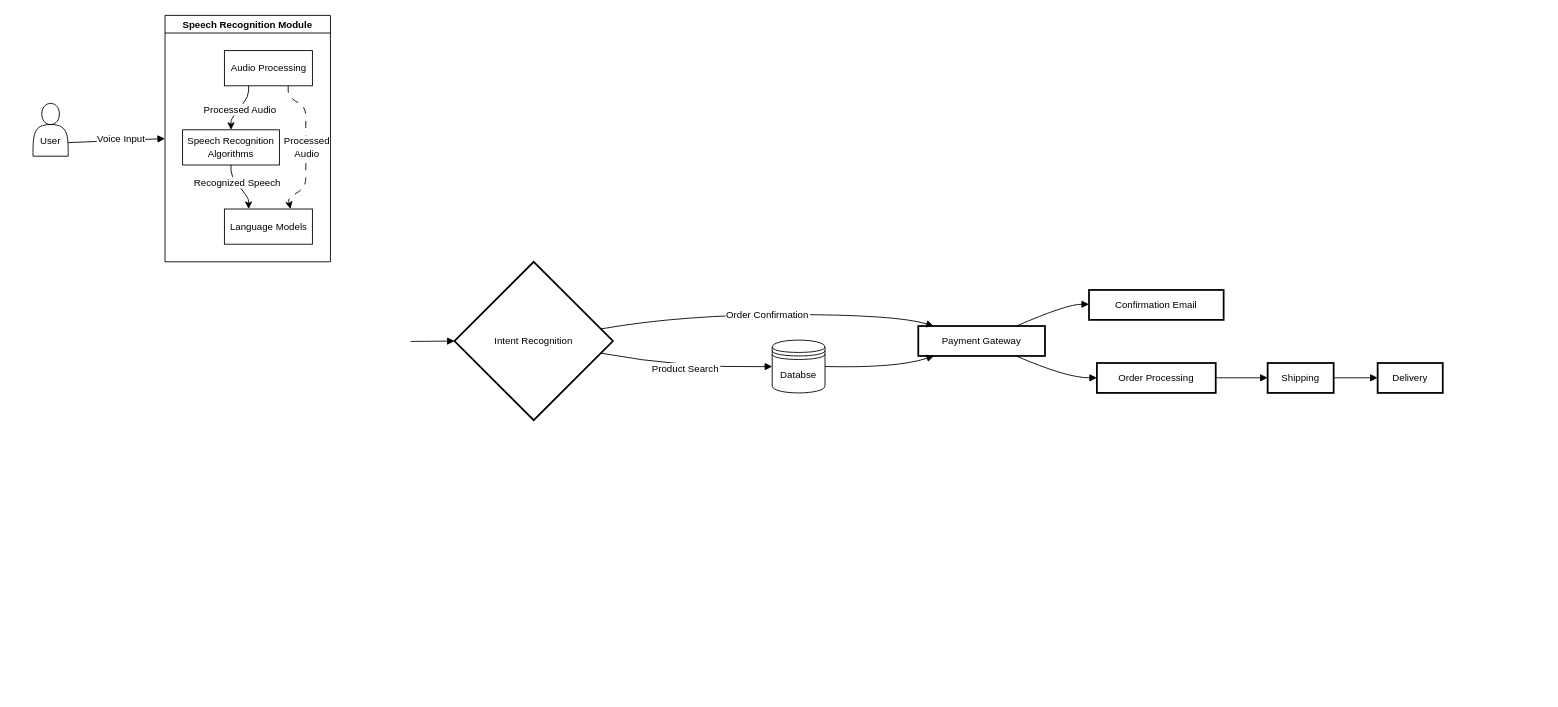
The draw.io diagram Untitled Diagram.drawio in shpatrickguo/side-projects, before the edit. Source tidied: cells renumbered, new cells numbered last; positions are measured from the earlier drawing's top-left corner, leaving out a move shared by most shapes. Both pictures are drawn from the tidied source at 88%, with x=0, y=0 at pixel (33, 15).
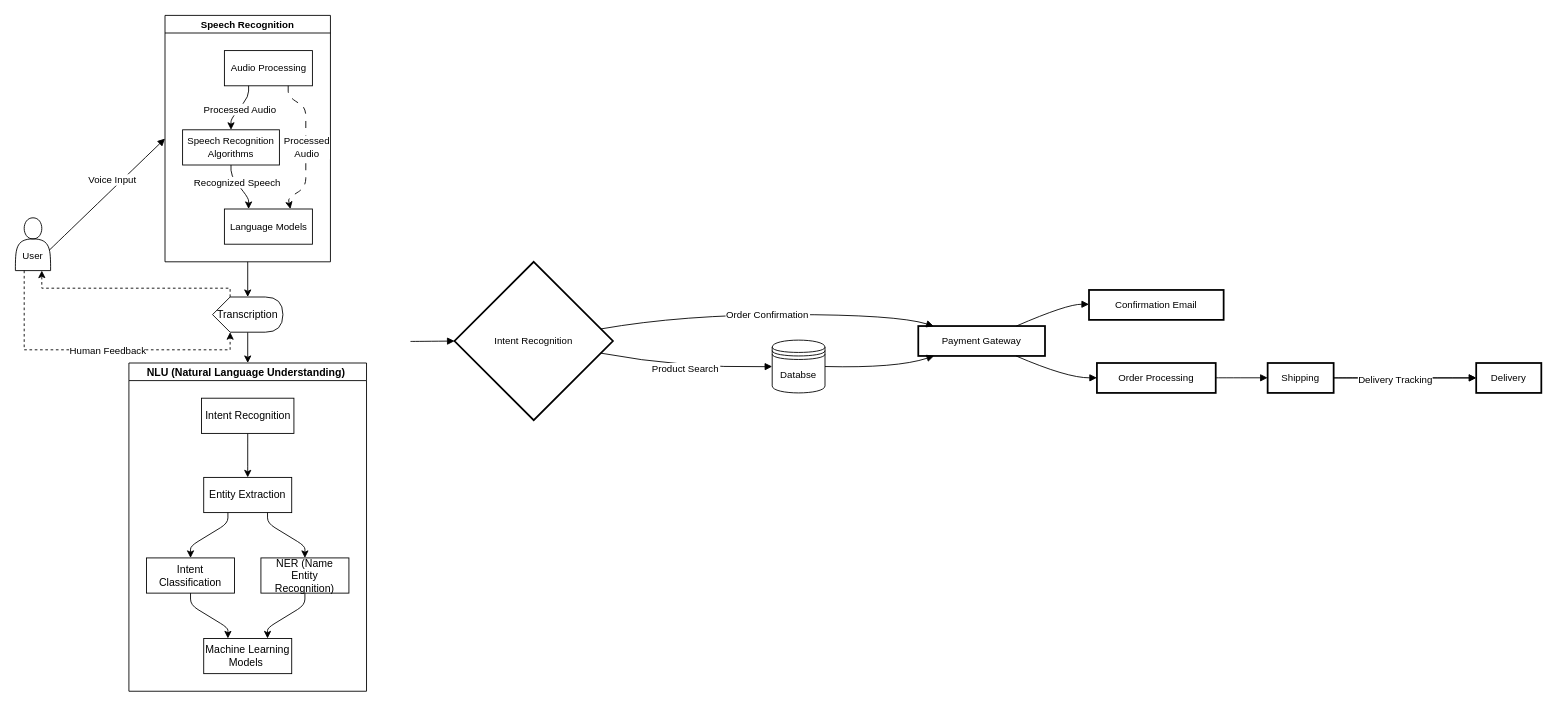
The same diagram, later.

The change refers to these unchanged cells:
```xml
<mxCell id="6" value="Shipping" style="whiteSpace=wrap;strokeWidth=2;fontSize=11;" parent="1" vertex="1">
  <mxGeometry x="1403" y="395" width="75" height="34" as="geometry" />
</mxCell>
<mxCell id="17" style="curved=1;startArrow=none;endArrow=block;exitX=0.9977083333333333;exitY=0.49471507352941174;entryX=-0.0023226351351351353;entryY=0.49471507352941174;fontSize=11;" parent="1" edge="1" source="6" target="7">
  <mxGeometry relative="1" as="geometry" />
</mxCell>
```

Diff of the diagram source:
```diff
@@
+    <mxCell id="30" style="edgeStyle=orthogonalEdgeStyle;rounded=0;jettySize=auto;html=1;" parent="1" edge="1" source="6" target="7">
+      <mxGeometry relative="1" as="geometry" />
+    </mxCell>
@@
     <mxCell id="7" value="Delivery" style="whiteSpace=wrap;strokeWidth=2;fontSize=11;" parent="1" vertex="1">
-      <mxGeometry x="1528" y="395" width="74" height="34" as="geometry" />
+      <mxGeometry x="1640" y="395" width="74" height="34" as="geometry" />
     </mxCell>
@@
+    <mxCell id="31" value="Delivery Tracking" style="edgeLabel;html=1;align=center;verticalAlign=middle;" parent="17" vertex="1">
+      <mxGeometry x="-0.14" y="-2" relative="1" as="geometry" />
+    </mxCell>
@@
     <mxCell id="19" value="&lt;br style=&quot;font-size: 11px;&quot;&gt;&lt;br style=&quot;font-size: 11px;&quot;&gt;User" style="shape=actor;whiteSpace=wrap;html=1;fontSize=11;" parent="1" vertex="1">
-      <mxGeometry y="100" width="40" height="60" as="geometry" />
+      <mxGeometry x="-20" y="230" width="40" height="60" as="geometry" />
     </mxCell>
+    <mxCell id="32" style="edgeStyle=orthogonalEdgeStyle;rounded=0;jettySize=auto;html=1;exitX=0.5;exitY=1;exitDx=0;exitDy=0;" parent="1" edge="1" source="20" target="35">
+      <mxGeometry relative="1" as="geometry" />
+    </mxCell>
-    <mxCell id="20" value="Speech Recognition Module" style="swimlane;startSize=20;horizontal=1;flowOrientation=north;interRankCellSpacing=50;containerType=tree;fontSize=11;rotation=0;rounded=0;direction=east;" parent="1" vertex="1">
+    <mxCell id="20" value="Speech Recognition" style="swimlane;startSize=20;horizontal=1;flowOrientation=north;interRankCellSpacing=50;containerType=tree;fontSize=11;rotation=0;rounded=0;direction=east;" parent="1" vertex="1">
       <mxGeometry x="150" width="188" height="280" as="geometry" />
     </mxCell>
@@
+    <mxCell id="33" style="edgeStyle=orthogonalEdgeStyle;rounded=0;jettySize=auto;html=1;exitX=0;exitY=0;exitDx=40;exitDy=40;exitPerimeter=0;entryX=0.5;entryY=0;entryDx=0;entryDy=0;" parent="1" edge="1" source="35" target="36">
+      <mxGeometry relative="1" as="geometry" />
+    </mxCell>
+    <mxCell id="34" style="edgeStyle=orthogonalEdgeStyle;rounded=0;jettySize=auto;html=1;exitX=0;exitY=0;exitDx=20;exitDy=0;exitPerimeter=0;entryX=0.75;entryY=1;entryDx=0;entryDy=0;dashed=1;" parent="1" edge="1" source="35" target="19">
+      <mxGeometry relative="1" as="geometry">
+        <Array as="points">
+          <mxPoint x="224" y="310" />
+          <mxPoint x="10" y="310" />
+        </Array>
+      </mxGeometry>
+    </mxCell>
+    <mxCell id="35" value="Transcription" style="shape=display;whiteSpace=wrap;html=1;" parent="1" vertex="1">
+      <mxGeometry x="204" y="320" width="80" height="40" as="geometry" />
+    </mxCell>
+    <mxCell id="36" value="NLU (Natural Language Understanding) " style="swimlane;startSize=20;horizontal=1;flowOrientation=north;interRankCellSpacing=50;containerType=tree;fontSize=12;" parent="1" vertex="1">
+      <mxGeometry x="109" y="395" width="270" height="373" as="geometry" />
+    </mxCell>
+    <mxCell id="37" value="Entity Extraction" style="whiteSpace=wrap;html=1;" parent="36" vertex="1">
+      <mxGeometry x="85" y="130" width="100" height="40" as="geometry" />
+    </mxCell>
+    <mxCell id="38" value="Intent Classification" style="whiteSpace=wrap;html=1;" parent="36" vertex="1">
+      <mxGeometry x="20" y="221.5" width="100" height="40" as="geometry" />
+    </mxCell>
+    <mxCell id="39" style="html=1;rounded=1;curved=0;sourcePerimeterSpacing=0;targetPerimeterSpacing=0;startSize=6;endSize=6;noEdgeStyle=1;orthogonal=1;" parent="36" edge="1" source="37" target="38">
+      <mxGeometry relative="1" as="geometry">
+        <Array as="points">
+          <mxPoint x="112.5" y="182" />
+          <mxPoint x="70" y="208" />
+        </Array>
+      </mxGeometry>
+    </mxCell>
+    <mxCell id="40" value="NER (Name Entity Recognition)" style="whiteSpace=wrap;html=1;" parent="36" vertex="1">
+      <mxGeometry x="150" y="221.5" width="100" height="40" as="geometry" />
+    </mxCell>
+    <mxCell id="41" style="html=1;rounded=1;curved=0;sourcePerimeterSpacing=0;targetPerimeterSpacing=0;startSize=6;endSize=6;noEdgeStyle=1;orthogonal=1;" parent="36" edge="1" source="37" target="40">
+      <mxGeometry relative="1" as="geometry">
+        <Array as="points">
+          <mxPoint x="157.5" y="182" />
+          <mxPoint x="200" y="208" />
+        </Array>
+      </mxGeometry>
+    </mxCell>
+    <mxCell id="42" value="Machine Learning Models&amp;nbsp;" style="whiteSpace=wrap;html=1;" parent="36" vertex="1">
+      <mxGeometry x="85" y="313" width="100" height="40" as="geometry" />
+    </mxCell>
+    <mxCell id="43" style="html=1;rounded=1;curved=0;sourcePerimeterSpacing=0;targetPerimeterSpacing=0;startSize=6;endSize=6;noEdgeStyle=1;orthogonal=1;" parent="36" edge="1" source="38" target="42">
+      <mxGeometry relative="1" as="geometry">
+        <Array as="points">
+          <mxPoint x="70" y="275" />
+          <mxPoint x="112.5" y="301" />
+        </Array>
+      </mxGeometry>
+    </mxCell>
+    <mxCell id="44" style="html=1;rounded=1;curved=0;sourcePerimeterSpacing=0;targetPerimeterSpacing=0;startSize=6;endSize=6;noEdgeStyle=1;orthogonal=1;" parent="36" edge="1" source="40" target="42">
+      <mxGeometry relative="1" as="geometry">
+        <Array as="points">
+          <mxPoint x="200" y="275" />
+          <mxPoint x="157.5" y="301" />
+        </Array>
+      </mxGeometry>
+    </mxCell>
+    <mxCell id="45" style="edgeStyle=orthogonalEdgeStyle;rounded=0;jettySize=auto;html=1;entryX=0.5;entryY=0;entryDx=0;entryDy=0;noEdgeStyle=1;orthogonal=1;" parent="36" edge="1" source="46" target="37">
+      <mxGeometry relative="1" as="geometry">
+        <Array as="points">
+          <mxPoint x="135" y="92" />
+          <mxPoint x="135" y="118" />
+        </Array>
+      </mxGeometry>
+    </mxCell>
+    <mxCell id="46" value="Intent Recognition" style="rounded=0;whiteSpace=wrap;html=1;" parent="36" vertex="1">
+      <mxGeometry x="82.5" y="40" width="105" height="40" as="geometry" />
+    </mxCell>
+    <mxCell id="47" style="edgeStyle=orthogonalEdgeStyle;rounded=0;jettySize=auto;html=1;exitX=0.25;exitY=1;exitDx=0;exitDy=0;entryX=0;entryY=0;entryDx=20;entryDy=40;entryPerimeter=0;dashed=1;" parent="1" edge="1" source="19" target="35">
+      <mxGeometry relative="1" as="geometry" />
+    </mxCell>
+    <mxCell id="48" value="Human Feedback" style="edgeLabel;html=1;align=center;verticalAlign=middle;" parent="47" vertex="1">
+      <mxGeometry x="0.07" relative="1" as="geometry" />
+    </mxCell>
```
